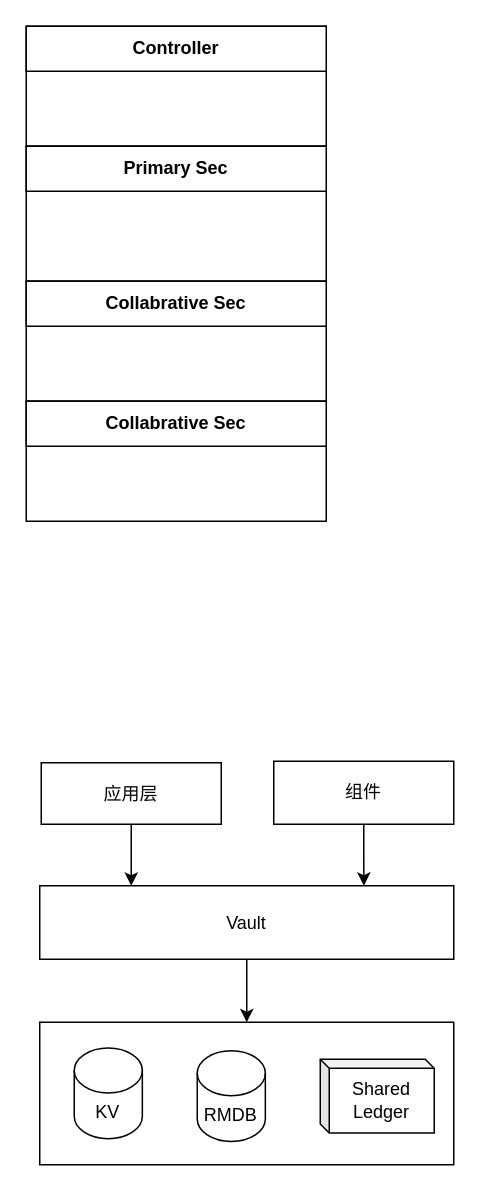
The draw.io diagram page "Vault" (7 of 8) of diagram/zFusion.drawio in bytehubplus/RFC, before the edit. Source tidied: cells renumbered, new cells numbered last; positions are measured from the earlier drawing's top-left corner, leaving out a move shared by most shapes. Both pictures are drawn from the tidied source at 150%, with x=0, y=0 at pixel (26, 26).
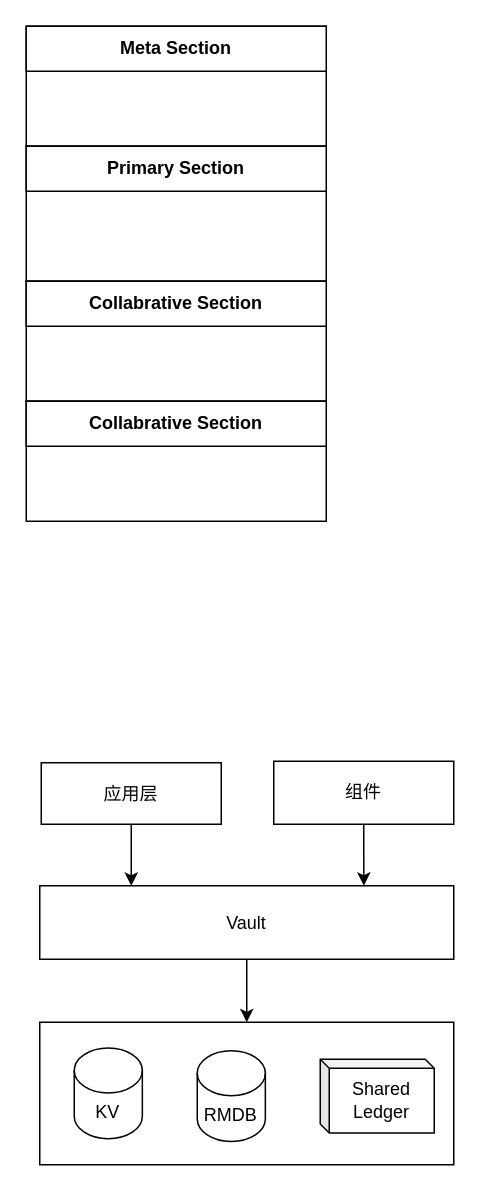
Above is the later version.

Diff of the diagram source:
```diff
@@
 <mxGraphModel>
   <root>
     <mxCell id="0" />
     <mxCell id="1" parent="0" />
     <mxCell id="2" style="rounded=0;whiteSpace=wrap;html=1;" parent="1" vertex="1">
       <mxGeometry width="200" height="80" as="geometry" />
     </mxCell>
-    <mxCell id="3" value="&lt;font&gt;Controller&lt;/font&gt;" style="rounded=0;whiteSpace=wrap;html=1;gradientColor=none;fillColor=#FFFFFF;fontStyle=1;fontColor=#000000;" parent="1" vertex="1">
+    <mxCell id="3" value="&lt;font&gt;Meta Section&lt;/font&gt;" style="rounded=0;whiteSpace=wrap;html=1;gradientColor=none;fillColor=#FFFFFF;fontStyle=1;fontColor=#000000;" parent="1" vertex="1">
       <mxGeometry width="200" height="30" as="geometry" />
     </mxCell>
     <mxCell id="4" style="rounded=0;whiteSpace=wrap;html=1;" parent="1" vertex="1">
       <mxGeometry y="80" width="200" height="90" as="geometry" />
     </mxCell>
-    <mxCell id="5" value="&lt;font&gt;Primary Sec&lt;/font&gt;" style="rounded=0;whiteSpace=wrap;html=1;gradientColor=none;fillColor=#FFFFFF;fontStyle=1;fontColor=#000000;" parent="1" vertex="1">
+    <mxCell id="5" value="&lt;font&gt;Primary&amp;nbsp;&lt;/font&gt;Section" style="rounded=0;whiteSpace=wrap;html=1;gradientColor=none;fillColor=#FFFFFF;fontStyle=1;fontColor=#000000;" parent="1" vertex="1">
       <mxGeometry y="80" width="200" height="30" as="geometry" />
     </mxCell>
     <mxCell id="6" style="rounded=0;whiteSpace=wrap;html=1;" parent="1" vertex="1">
       <mxGeometry y="170" width="200" height="80" as="geometry" />
     </mxCell>
-    <mxCell id="7" value="&lt;font&gt;Collabrative Sec&lt;/font&gt;" style="rounded=0;whiteSpace=wrap;html=1;gradientColor=none;fillColor=#FFFFFF;fontStyle=1;fontColor=#000000;" parent="1" vertex="1">
+    <mxCell id="7" value="&lt;font&gt;Collabrative&amp;nbsp;&lt;/font&gt;Section" style="rounded=0;whiteSpace=wrap;html=1;gradientColor=none;fillColor=#FFFFFF;fontStyle=1;fontColor=#000000;" parent="1" vertex="1">
       <mxGeometry y="170" width="200" height="30" as="geometry" />
     </mxCell>
     <mxCell id="8" style="rounded=0;whiteSpace=wrap;html=1;" parent="1" vertex="1">
       <mxGeometry y="250" width="200" height="80" as="geometry" />
     </mxCell>
-    <mxCell id="9" value="&lt;font&gt;Collabrative Sec&lt;/font&gt;" style="rounded=0;whiteSpace=wrap;html=1;gradientColor=none;fillColor=#FFFFFF;fontStyle=1;fontColor=#000000;" parent="1" vertex="1">
+    <mxCell id="9" value="&lt;font&gt;Collabrative&amp;nbsp;&lt;/font&gt;Section" style="rounded=0;whiteSpace=wrap;html=1;gradientColor=none;fillColor=#FFFFFF;fontStyle=1;fontColor=#000000;" parent="1" vertex="1">
       <mxGeometry y="250" width="200" height="30" as="geometry" />
     </mxCell>
     <mxCell id="10" style="edgeStyle=orthogonalEdgeStyle;rounded=0;jettySize=auto;html=1;entryX=0.221;entryY=0;entryDx=0;entryDy=0;entryPerimeter=0;" parent="1" edge="1" source="11" target="16">
       <mxGeometry relative="1" as="geometry" />
     </mxCell>
     <mxCell id="11" value="应用层" style="rounded=0;whiteSpace=wrap;html=1;" parent="1" vertex="1">
       <mxGeometry x="10" y="491" width="120" height="41" as="geometry" />
     </mxCell>
     <mxCell id="12" style="rounded=0;whiteSpace=wrap;html=1;" parent="1" vertex="1">
       <mxGeometry x="9" y="664" width="276" height="95" as="geometry" />
     </mxCell>
     <mxCell id="13" style="edgeStyle=orthogonalEdgeStyle;rounded=0;jettySize=auto;html=1;entryX=0.783;entryY=0;entryDx=0;entryDy=0;entryPerimeter=0;" parent="1" edge="1" source="14" target="16">
       <mxGeometry relative="1" as="geometry" />
     </mxCell>
     <mxCell id="14" value="组件" style="rounded=0;whiteSpace=wrap;html=1;" parent="1" vertex="1">
       <mxGeometry x="165" y="490" width="120" height="42" as="geometry" />
     </mxCell>
     <mxCell id="15" style="edgeStyle=orthogonalEdgeStyle;rounded=0;jettySize=auto;html=1;entryX=0.5;entryY=0;entryDx=0;entryDy=0;" parent="1" edge="1" source="16" target="12">
       <mxGeometry relative="1" as="geometry" />
     </mxCell>
     <mxCell id="16" value="Vault" style="rounded=0;whiteSpace=wrap;html=1;" parent="1" vertex="1">
       <mxGeometry x="9" y="573" width="276" height="49" as="geometry" />
     </mxCell>
     <mxCell id="17" value="KV" style="shape=cylinder3;whiteSpace=wrap;html=1;boundedLbl=1;backgroundOutline=1;size=15;" parent="1" vertex="1">
       <mxGeometry x="32" y="681.2" width="45.4" height="60.5" as="geometry" />
     </mxCell>
     <mxCell id="18" value="RMDB" style="shape=cylinder3;whiteSpace=wrap;html=1;boundedLbl=1;backgroundOutline=1;size=15;" parent="1" vertex="1">
       <mxGeometry x="114" y="683" width="45.4" height="60.5" as="geometry" />
     </mxCell>
     <mxCell id="19" value="Shared Ledger" style="shape=cube;whiteSpace=wrap;html=1;boundedLbl=1;backgroundOutline=1;darkOpacity=0.05;darkOpacity2=0.1;size=6;" parent="1" vertex="1">
       <mxGeometry x="196" y="688.7" width="76" height="49.1" as="geometry" />
     </mxCell>
   </root>
 </mxGraphModel>
```
